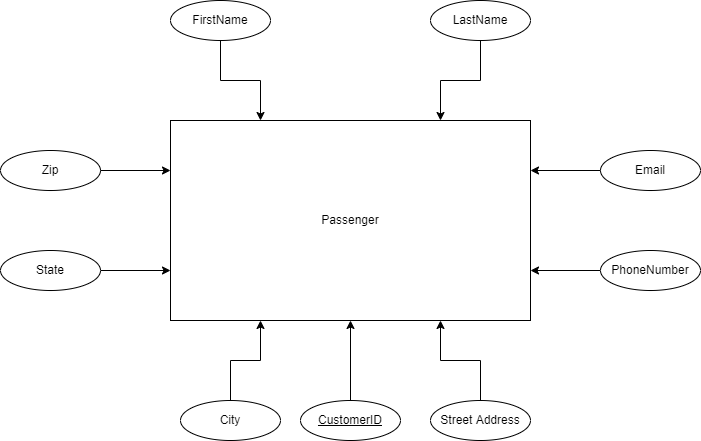
This is er/Passenger.png from jas675/CS-1555-PROJECT-SPG22, a draw.io export, as it was before one commit. Source tidied: cells renumbered, new cells last; positions are measured from the earlier drawing's top-left corner, leaving out a move shared by most shapes.
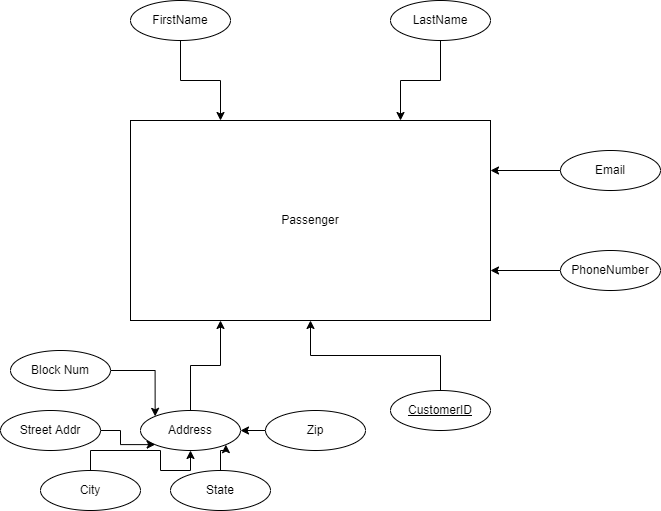
The same file after the commit.

Change to the diagram source:
```diff
@@ -9,32 +9,11 @@
       <mxGeometry relative="1" as="geometry" />
     </mxCell>
     <mxCell id="4" value="CustomerID" style="ellipse;whiteSpace=wrap;html=1;align=center;fontStyle=4;" parent="1" vertex="1">
-      <mxGeometry x="300" y="400" width="100" height="40" as="geometry" />
+      <mxGeometry x="430" y="390" width="100" height="40" as="geometry" />
     </mxCell>
-    <mxCell id="5" style="edgeStyle=orthogonalEdgeStyle;rounded=0;jettySize=auto;html=1;exitX=1;exitY=0.5;exitDx=0;exitDy=0;entryX=0;entryY=0.25;entryDx=0;entryDy=0;" parent="1" edge="1" source="6" target="2">
-      <mxGeometry relative="1" as="geometry" />
-    </mxCell>
-    <mxCell id="6" value="Zip" style="ellipse;whiteSpace=wrap;html=1;align=center;" parent="1" vertex="1">
-      <mxGeometry y="150" width="100" height="40" as="geometry" />
-    </mxCell>
-    <mxCell id="7" style="edgeStyle=orthogonalEdgeStyle;rounded=0;jettySize=auto;html=1;exitX=1;exitY=0.5;exitDx=0;exitDy=0;entryX=0;entryY=0.75;entryDx=0;entryDy=0;" parent="1" edge="1" source="8" target="2">
-      <mxGeometry relative="1" as="geometry" />
-    </mxCell>
-    <mxCell id="8" value="State" style="ellipse;whiteSpace=wrap;html=1;align=center;" parent="1" vertex="1">
-      <mxGeometry y="250" width="100" height="40" as="geometry" />
-    </mxCell>
-    <mxCell id="9" style="edgeStyle=orthogonalEdgeStyle;rounded=0;jettySize=auto;html=1;exitX=0.5;exitY=0;exitDx=0;exitDy=0;entryX=0.25;entryY=1;entryDx=0;entryDy=0;" parent="1" edge="1" source="10" target="2">
+    <mxCell id="9" style="edgeStyle=orthogonalEdgeStyle;rounded=0;jettySize=auto;html=1;exitX=0.5;exitY=0;exitDx=0;exitDy=0;entryX=0.25;entryY=1;entryDx=0;entryDy=0;startArrow=none;" parent="1" edge="1" source="21" target="2">
       <mxGeometry relative="1" as="geometry" />
     </mxCell>
-    <mxCell id="10" value="City" style="ellipse;whiteSpace=wrap;html=1;align=center;" parent="1" vertex="1">
-      <mxGeometry x="180" y="400" width="100" height="40" as="geometry" />
-    </mxCell>
-    <mxCell id="11" style="edgeStyle=orthogonalEdgeStyle;rounded=0;jettySize=auto;html=1;exitX=0.5;exitY=0;exitDx=0;exitDy=0;entryX=0.75;entryY=1;entryDx=0;entryDy=0;" parent="1" edge="1" source="12" target="2">
-      <mxGeometry relative="1" as="geometry" />
-    </mxCell>
-    <mxCell id="12" value="Street Address" style="ellipse;whiteSpace=wrap;html=1;align=center;" parent="1" vertex="1">
-      <mxGeometry x="430" y="400" width="100" height="40" as="geometry" />
-    </mxCell>
     <mxCell id="13" style="edgeStyle=orthogonalEdgeStyle;rounded=0;jettySize=auto;html=1;entryX=1;entryY=0.25;entryDx=0;entryDy=0;" parent="1" edge="1" source="14" target="2">
       <mxGeometry relative="1" as="geometry" />
     </mxCell>
@@ -59,5 +38,38 @@
     <mxCell id="20" value="LastName" style="ellipse;whiteSpace=wrap;html=1;align=center;" parent="1" vertex="1">
       <mxGeometry x="430" width="100" height="40" as="geometry" />
     </mxCell>
+    <mxCell id="21" value="Address" style="ellipse;whiteSpace=wrap;html=1;align=center;" parent="1" vertex="1">
+      <mxGeometry x="180" y="410" width="100" height="40" as="geometry" />
+    </mxCell>
+    <mxCell id="22" style="edgeStyle=orthogonalEdgeStyle;rounded=0;jettySize=auto;html=1;entryX=1;entryY=1;entryDx=0;entryDy=0;" parent="1" edge="1" source="8" target="21">
+      <mxGeometry relative="1" as="geometry" />
+    </mxCell>
+    <mxCell id="8" value="State" style="ellipse;whiteSpace=wrap;html=1;align=center;" parent="1" vertex="1">
+      <mxGeometry x="210" y="470" width="100" height="40" as="geometry" />
+    </mxCell>
+    <mxCell id="23" style="edgeStyle=orthogonalEdgeStyle;rounded=0;jettySize=auto;html=1;entryX=0.5;entryY=1;entryDx=0;entryDy=0;" parent="1" edge="1" source="10" target="21">
+      <mxGeometry relative="1" as="geometry" />
+    </mxCell>
+    <mxCell id="10" value="City" style="ellipse;whiteSpace=wrap;html=1;align=center;" parent="1" vertex="1">
+      <mxGeometry x="80" y="470" width="100" height="40" as="geometry" />
+    </mxCell>
+    <mxCell id="24" style="edgeStyle=orthogonalEdgeStyle;rounded=0;jettySize=auto;html=1;entryX=0;entryY=1;entryDx=0;entryDy=0;" parent="1" edge="1" source="25" target="21">
+      <mxGeometry relative="1" as="geometry" />
+    </mxCell>
+    <mxCell id="25" value="Street Addr" style="ellipse;whiteSpace=wrap;html=1;align=center;" parent="1" vertex="1">
+      <mxGeometry x="40" y="410" width="100" height="40" as="geometry" />
+    </mxCell>
+    <mxCell id="26" style="edgeStyle=orthogonalEdgeStyle;rounded=0;jettySize=auto;html=1;entryX=0;entryY=0;entryDx=0;entryDy=0;" parent="1" edge="1" source="27" target="21">
+      <mxGeometry relative="1" as="geometry" />
+    </mxCell>
+    <mxCell id="27" value="Block Num" style="ellipse;whiteSpace=wrap;html=1;align=center;" parent="1" vertex="1">
+      <mxGeometry x="50" y="350" width="100" height="40" as="geometry" />
+    </mxCell>
+    <mxCell id="28" style="edgeStyle=orthogonalEdgeStyle;rounded=0;jettySize=auto;html=1;entryX=1;entryY=0.5;entryDx=0;entryDy=0;" parent="1" edge="1" source="6" target="21">
+      <mxGeometry relative="1" as="geometry" />
+    </mxCell>
+    <mxCell id="6" value="Zip" style="ellipse;whiteSpace=wrap;html=1;align=center;" parent="1" vertex="1">
+      <mxGeometry x="305" y="410" width="100" height="40" as="geometry" />
+    </mxCell>
   </root>
 </mxGraphModel>
```
